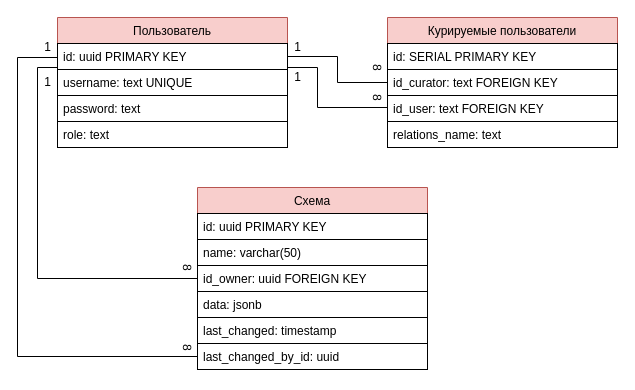
The draw.io diagram dizdocs/ER.drawio in samarsky-canary/dragon, before the edit. Source tidied: cells renumbered, new cells numbered last; positions are measured from the earlier drawing's top-left corner, leaving out a move shared by most shapes. Both pictures are drawn from the tidied source at 100%, with x=0, y=0 at pixel (17, 17).
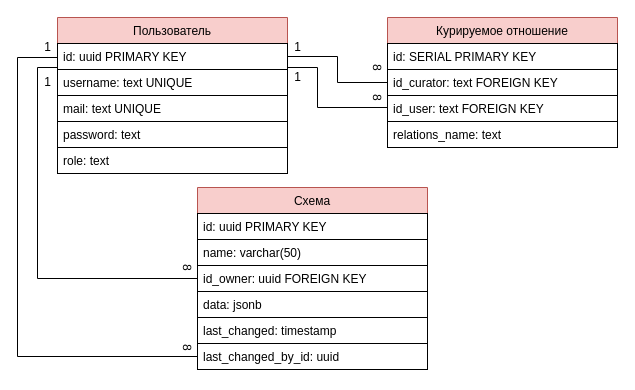
The same diagram, later.

What changed in the source:
```diff
@@
     <mxCell id="3" value="Пользователь" style="swimlane;fontStyle=0;horizontal=1;startSize=26;fillColor=#f8cecc;strokeColor=#b85450;" parent="1" vertex="1">
-      <mxGeometry x="40" width="230" height="130" as="geometry" />
+      <mxGeometry x="40" width="230" height="156" as="geometry" />
     </mxCell>
@@
+    <mxCell id="31" value="mail: text UNIQUE" style="text;fillColor=none;align=left;verticalAlign=top;spacingLeft=4;spacingRight=4;overflow=hidden;strokeColor=#000000;" parent="3" vertex="1">
+      <mxGeometry y="78" width="230" height="26" as="geometry" />
+    </mxCell>
     <mxCell id="6" value="password: text" style="text;fillColor=none;align=left;verticalAlign=top;spacingLeft=4;spacingRight=4;overflow=hidden;strokeColor=#000000;" parent="3" vertex="1">
-      <mxGeometry y="78" width="230" height="26" as="geometry" />
+      <mxGeometry y="104" width="230" height="26" as="geometry" />
     </mxCell>
     <mxCell id="7" value="role: text" style="text;fillColor=none;align=left;verticalAlign=top;spacingLeft=4;spacingRight=4;overflow=hidden;strokeColor=#000000;" parent="3" vertex="1">
-      <mxGeometry y="104" width="230" height="26" as="geometry" />
+      <mxGeometry y="130" width="230" height="26" as="geometry" />
     </mxCell>
@@
-    <mxCell id="9" value="Курируемые пользователи" style="swimlane;fontStyle=0;horizontal=1;startSize=26;fillColor=#f8cecc;strokeColor=#b85450;" parent="1" vertex="1">
+    <mxCell id="9" value="Курируемое отношение" style="swimlane;fontStyle=0;horizontal=1;startSize=26;fillColor=#f8cecc;strokeColor=#b85450;" parent="1" vertex="1">
       <mxGeometry x="370" width="230" height="130" as="geometry" />
     </mxCell>
```
